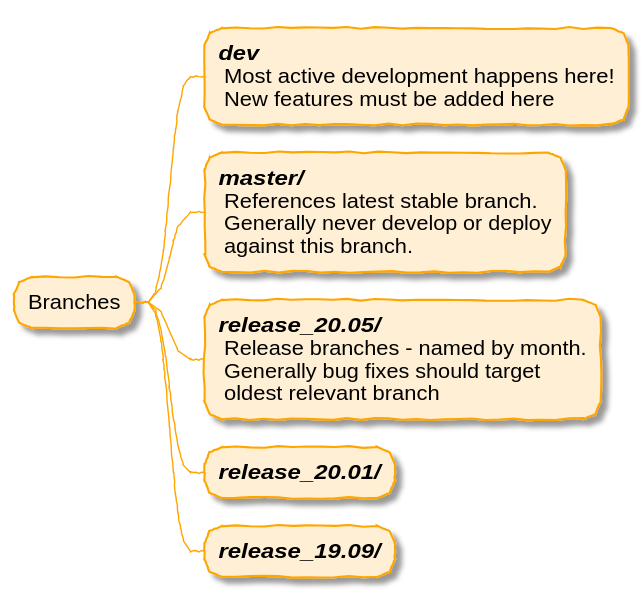
Earlier version of the PlantUML export topics/dev/images/core_branches.plantuml.svg (galaxyproject/training-material).
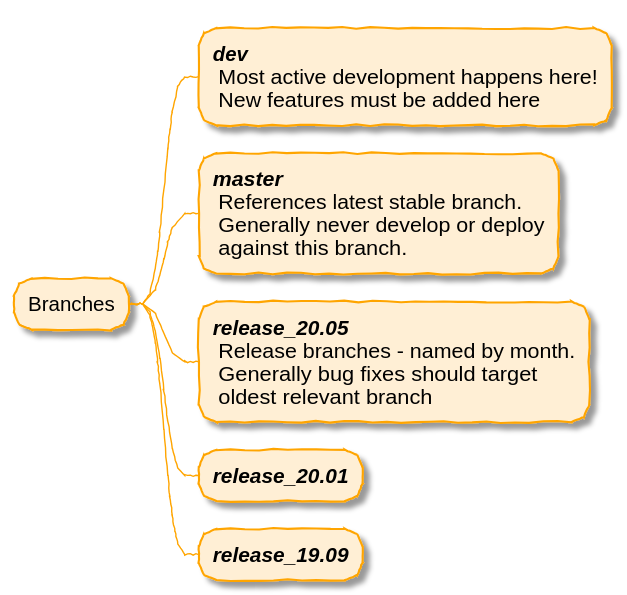
After the commit.

Diff of the diagram source:
```diff
@@ -7,14 +7,14 @@
 **:<b><i>dev</i></b>
  Most active development happens here!
  New features must be added here;
-**:<b><i>master/</i></b>
+**:<b><i>master</i></b>
  References latest stable branch.
  Generally never develop or deploy
  against this branch.;
-**:<b><i>release_20.05/</i></b>
+**:<b><i>release_20.05</i></b>
  Release branches - named by month.
  Generally bug fixes should target
  oldest relevant branch;
-** <b><i>release_20.01/</i></b>
-** <b><i>release_19.09/</i></b>
+** <b><i>release_20.01</i></b>
+** <b><i>release_19.09</i></b>
 @endmindmap
```
